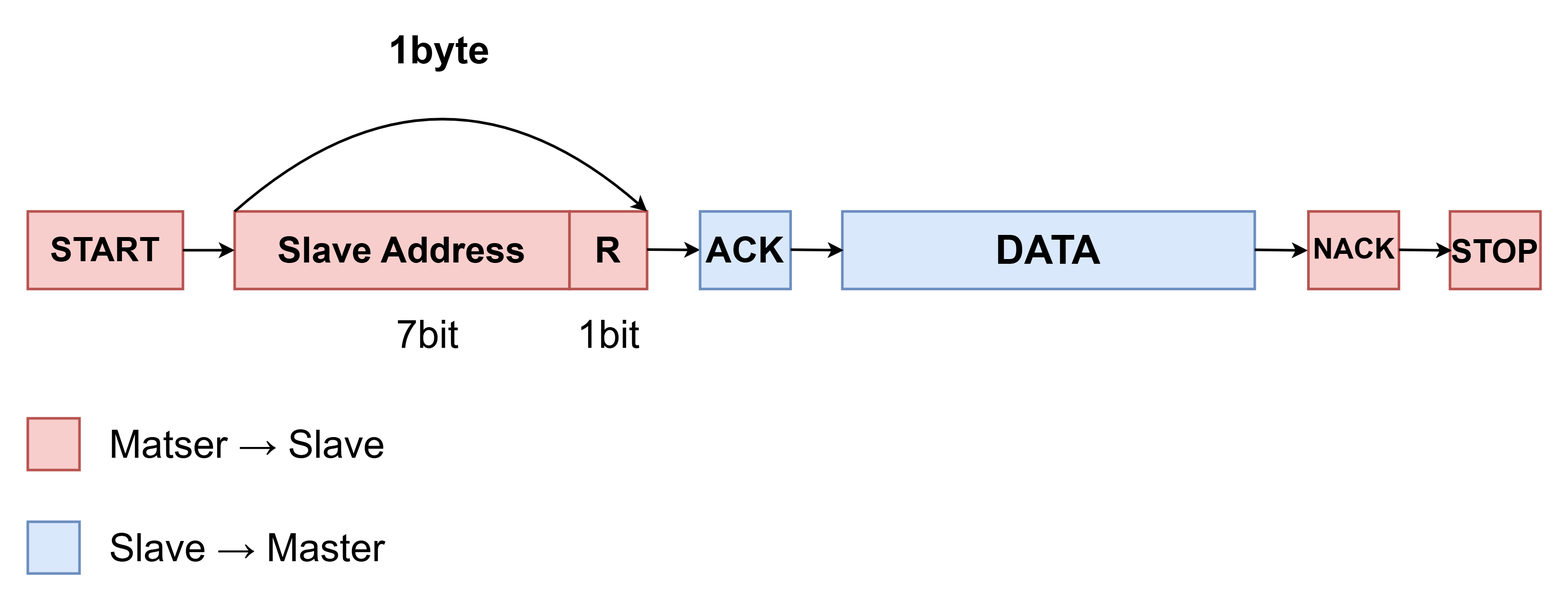
The draw.io diagram images/i2c_master_read.png in taeseong-dev/i2c-spi-rtl-design, before a commit. Source tidied: cells renumbered, new cells last; positions are measured from the earlier drawing's top-left corner, leaving out a move shared by most shapes. Its diagram source:
```xml
<mxGraphModel>
  <root>
    <mxCell id="0" />
    <mxCell id="1" parent="0" />
    <mxCell id="2" value="START" style="rounded=0;whiteSpace=wrap;html=1;strokeWidth=2;fontSize=26;fontStyle=1;fillColor=#f8cecc;strokeColor=#b85450;" parent="1" vertex="1">
      <mxGeometry y="140" width="120" height="60" as="geometry" />
    </mxCell>
    <mxCell id="3" value="Slave Address" style="rounded=0;whiteSpace=wrap;html=1;strokeWidth=2;fontSize=28;fontStyle=1;fillColor=#f8cecc;strokeColor=#b85450;" parent="1" vertex="1">
      <mxGeometry x="160" y="140" width="259" height="60" as="geometry" />
    </mxCell>
    <mxCell id="4" value="R" style="rounded=0;whiteSpace=wrap;html=1;strokeWidth=2;fontSize=28;fontStyle=1;fillColor=#f8cecc;strokeColor=#b85450;" parent="1" vertex="1">
      <mxGeometry x="419" y="140" width="60" height="60" as="geometry" />
    </mxCell>
    <mxCell id="5" value="DATA" style="rounded=0;whiteSpace=wrap;html=1;strokeWidth=2;fontSize=31;fontStyle=1;fillColor=#dae8fc;strokeColor=#6c8ebf;" parent="1" vertex="1">
      <mxGeometry x="630" y="140" width="319" height="60" as="geometry" />
    </mxCell>
    <mxCell id="6" value="NACK" style="rounded=0;whiteSpace=wrap;html=1;strokeWidth=2;fontSize=22;fontStyle=1;fillColor=#f8cecc;strokeColor=#b85450;" parent="1" vertex="1">
      <mxGeometry x="990.5" y="140" width="70" height="60" as="geometry" />
    </mxCell>
    <mxCell id="7" value="STOP" style="rounded=0;whiteSpace=wrap;html=1;strokeWidth=2;fontSize=25;fontStyle=1;fillColor=#f8cecc;strokeColor=#b85450;" parent="1" vertex="1">
      <mxGeometry x="1100" y="140" width="70" height="60" as="geometry" />
    </mxCell>
    <mxCell id="8" style="endArrow=classic;html=1;rounded=0;strokeWidth=2;" parent="1" edge="1">
      <mxGeometry relative="1" as="geometry">
        <mxPoint x="120" y="170" as="sourcePoint" />
        <mxPoint x="160" y="170" as="targetPoint" />
      </mxGeometry>
    </mxCell>
    <mxCell id="9" style="endArrow=classic;html=1;rounded=0;strokeWidth=2;" parent="1" edge="1" source="15">
      <mxGeometry relative="1" as="geometry">
        <mxPoint x="520" y="170" as="targetPoint" />
      </mxGeometry>
    </mxCell>
    <mxCell id="10" value="1byte" style="text;html=1;whiteSpace=wrap;strokeColor=none;fillColor=none;align=center;verticalAlign=middle;rounded=0;fontSize=30;fontStyle=1;strokeWidth=2;" parent="1" vertex="1">
      <mxGeometry x="268" width="101" height="30" as="geometry" />
    </mxCell>
    <mxCell id="11" value="7bit" style="text;html=1;whiteSpace=wrap;strokeColor=none;fillColor=none;align=center;verticalAlign=middle;rounded=0;fontSize=30;fontStyle=0;strokeWidth=2;" parent="1" vertex="1">
      <mxGeometry x="259" y="220" width="101" height="30" as="geometry" />
    </mxCell>
    <mxCell id="12" value="1bit" style="text;html=1;whiteSpace=wrap;strokeColor=none;fillColor=none;align=center;verticalAlign=middle;rounded=0;fontSize=30;fontStyle=0;strokeWidth=2;" parent="1" vertex="1">
      <mxGeometry x="398.5" y="220" width="101" height="30" as="geometry" />
    </mxCell>
    <mxCell id="13" style="curved=1;endArrow=classic;html=1;rounded=0;exitX=0;exitY=0;exitDx=0;exitDy=0;entryX=1;entryY=0;entryDx=0;entryDy=0;strokeWidth=2;" parent="1" edge="1" source="3" target="4">
      <mxGeometry relative="1" as="geometry">
        <Array as="points">
          <mxPoint x="319" />
        </Array>
      </mxGeometry>
    </mxCell>
    <mxCell id="14" style="endArrow=classic;html=1;rounded=0;strokeWidth=2;" parent="1" edge="1" target="15">
      <mxGeometry relative="1" as="geometry">
        <mxPoint x="479" y="169.5" as="sourcePoint" />
      </mxGeometry>
    </mxCell>
    <mxCell id="15" value="ACK" style="rounded=0;whiteSpace=wrap;html=1;strokeWidth=2;fontSize=28;fontStyle=1;fillColor=#dae8fc;strokeColor=#6c8ebf;" parent="1" vertex="1">
      <mxGeometry x="520" y="140" width="70" height="60" as="geometry" />
    </mxCell>
    <mxCell id="16" style="endArrow=classic;html=1;rounded=0;strokeWidth=2;" parent="1" edge="1">
      <mxGeometry relative="1" as="geometry">
        <mxPoint x="590" y="169.6" as="sourcePoint" />
        <mxPoint x="631" y="170" as="targetPoint" />
      </mxGeometry>
    </mxCell>
    <mxCell id="17" style="endArrow=classic;html=1;rounded=0;strokeWidth=2;" parent="1" edge="1">
      <mxGeometry relative="1" as="geometry">
        <mxPoint x="949" y="169.7" as="sourcePoint" />
        <mxPoint x="990" y="170.2" as="targetPoint" />
      </mxGeometry>
    </mxCell>
    <mxCell id="18" style="endArrow=classic;html=1;rounded=0;strokeWidth=2;" parent="1" edge="1">
      <mxGeometry relative="1" as="geometry">
        <mxPoint x="1060.5" y="169.7" as="sourcePoint" />
        <mxPoint x="1101.5" y="170.2" as="targetPoint" />
      </mxGeometry>
    </mxCell>
    <mxCell id="19" style="rounded=0;whiteSpace=wrap;html=1;strokeWidth=2;fontSize=20;fontStyle=1;fillColor=#f8cecc;strokeColor=#b85450;" parent="1" vertex="1">
      <mxGeometry y="300" width="40" height="40" as="geometry" />
    </mxCell>
    <mxCell id="20" value="Matser&amp;nbsp;→ Slave" style="text;html=1;whiteSpace=wrap;strokeColor=none;fillColor=none;align=center;verticalAlign=middle;rounded=0;fontSize=30;fontStyle=0;strokeWidth=2;" parent="1" vertex="1">
      <mxGeometry x="50" y="305" width="240" height="30" as="geometry" />
    </mxCell>
    <mxCell id="21" style="rounded=0;whiteSpace=wrap;html=1;strokeWidth=2;fontSize=20;fontStyle=1;fillColor=#dae8fc;strokeColor=#6c8ebf;" parent="1" vertex="1">
      <mxGeometry y="380" width="40" height="40" as="geometry" />
    </mxCell>
    <mxCell id="22" value="Slave&amp;nbsp;→ Master" style="text;html=1;whiteSpace=wrap;strokeColor=none;fillColor=none;align=center;verticalAlign=middle;rounded=0;fontSize=30;fontStyle=0;strokeWidth=2;" parent="1" vertex="1">
      <mxGeometry x="50" y="385" width="240" height="30" as="geometry" />
    </mxCell>
  </root>
</mxGraphModel>
```
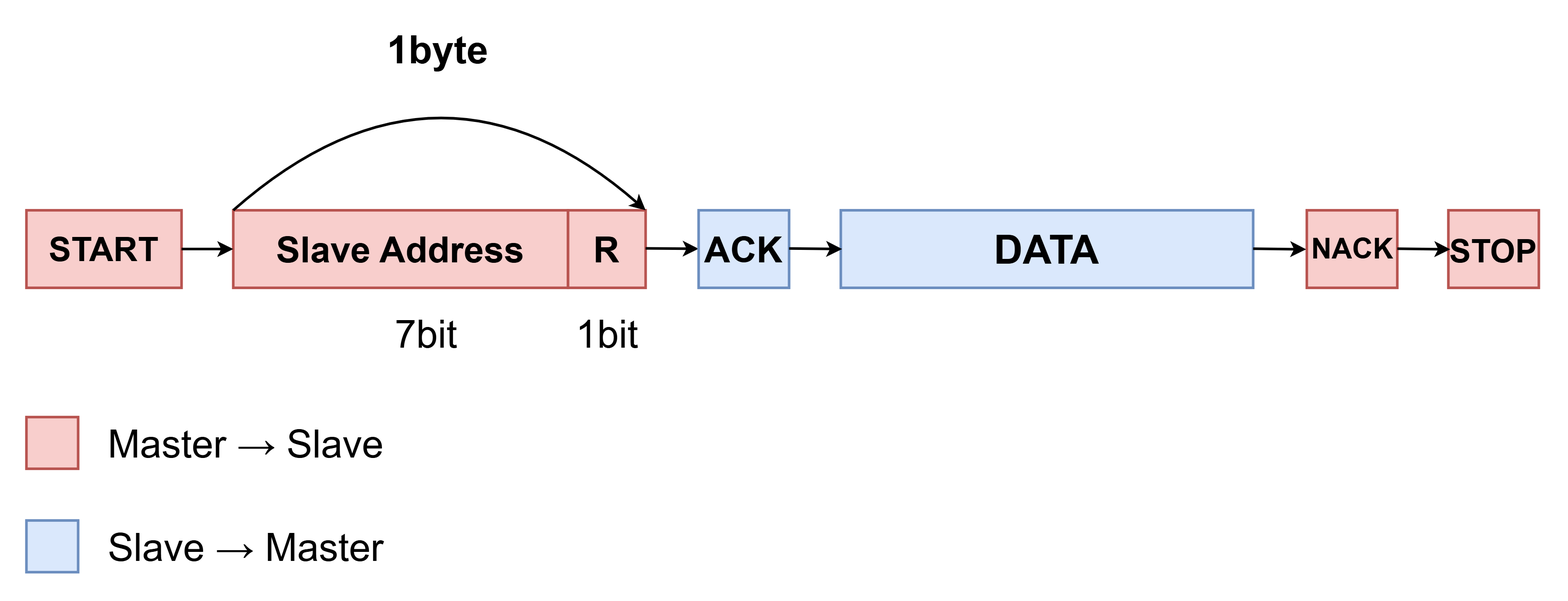
The same diagram one commit later.

Diff of the diagram source:
```diff
@@ -76,7 +76,7 @@
     <mxCell id="19" style="rounded=0;whiteSpace=wrap;html=1;strokeWidth=2;fontSize=20;fontStyle=1;fillColor=#f8cecc;strokeColor=#b85450;" parent="1" vertex="1">
       <mxGeometry y="300" width="40" height="40" as="geometry" />
     </mxCell>
-    <mxCell id="20" value="Matser&amp;nbsp;→ Slave" style="text;html=1;whiteSpace=wrap;strokeColor=none;fillColor=none;align=center;verticalAlign=middle;rounded=0;fontSize=30;fontStyle=0;strokeWidth=2;" parent="1" vertex="1">
+    <mxCell id="20" value="Master&amp;nbsp;→ Slave" style="text;html=1;whiteSpace=wrap;strokeColor=none;fillColor=none;align=center;verticalAlign=middle;rounded=0;fontSize=30;fontStyle=0;strokeWidth=2;" parent="1" vertex="1">
       <mxGeometry x="50" y="305" width="240" height="30" as="geometry" />
     </mxCell>
     <mxCell id="21" style="rounded=0;whiteSpace=wrap;html=1;strokeWidth=2;fontSize=20;fontStyle=1;fillColor=#dae8fc;strokeColor=#6c8ebf;" parent="1" vertex="1">
```
